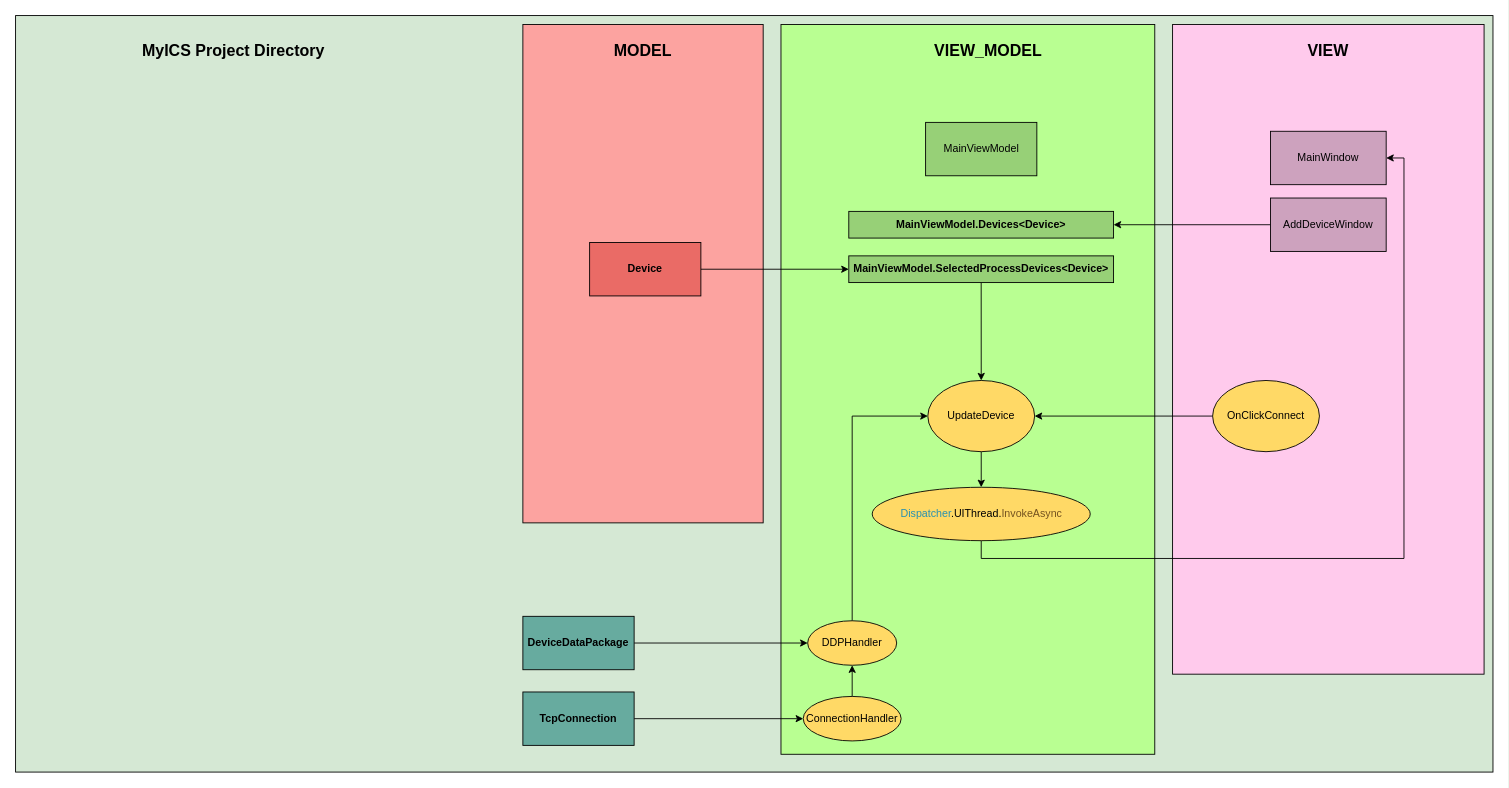
Earlier version of the draw.io diagram page "Logic MindMap" (8 of 8) of MyICSv2.1-LOGIC-GeneralSchema.drawio (reccejack/MyICS_2.1_Working). Source tidied: cells renumbered, new cells numbered last; positions are measured from the earlier drawing's top-left corner, leaving out a move shared by most shapes. Both pictures are drawn from the tidied source at 89%, with x=0, y=0 at pixel (15, 15).
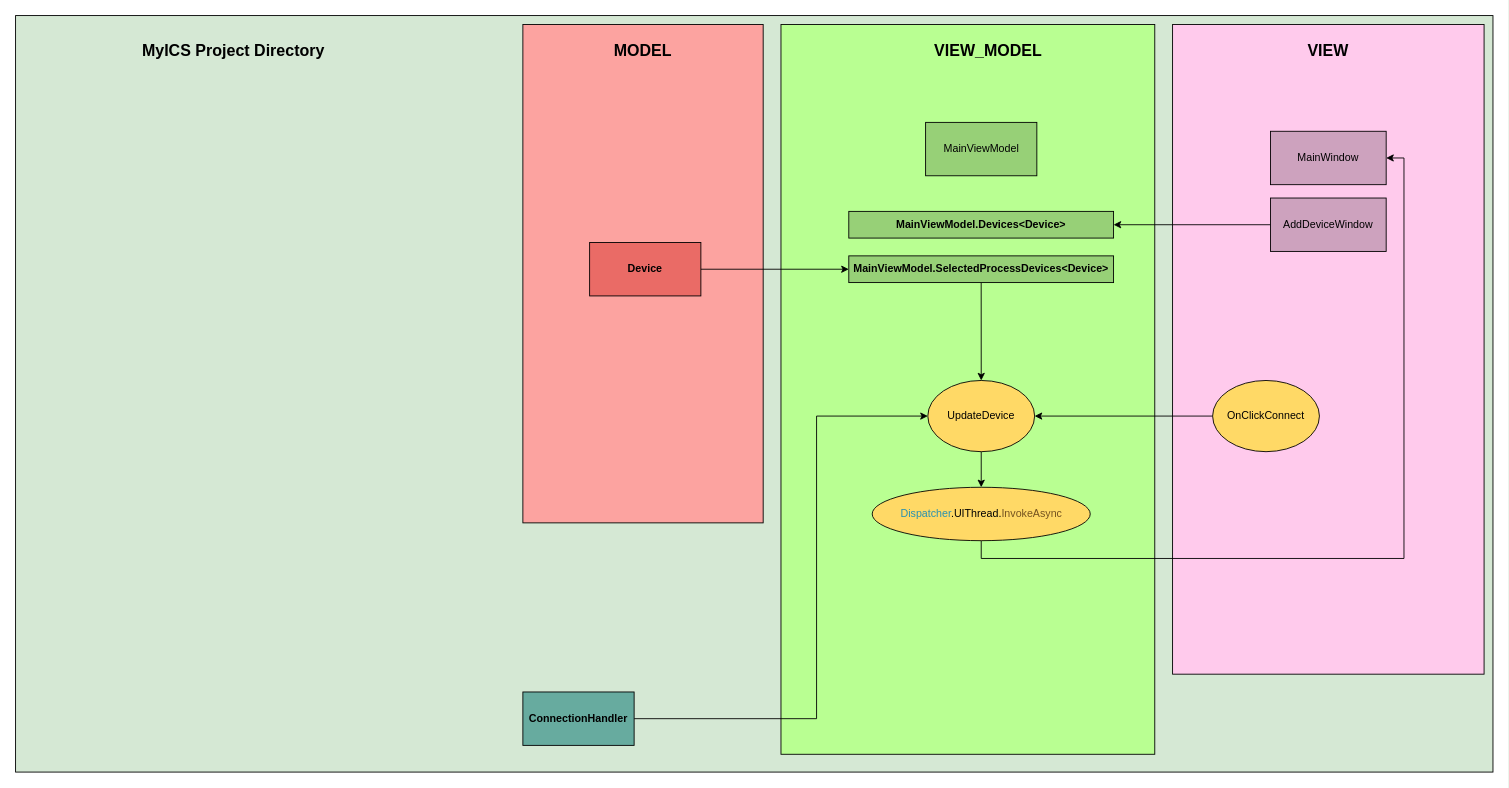
The same diagram, later.

Unchanged cells that the change refers to:
```xml
<mxCell id="12" value="UpdateDevice" style="ellipse;whiteSpace=wrap;html=1;fillColor=#FFD966;" parent="1" vertex="1">
  <mxGeometry x="1025" y="410" width="120" height="80" as="geometry" />
</mxCell>
```

The edit, as a diff of the source:
```diff
@@
-    <mxCell id="23" style="edgeStyle=orthogonalEdgeStyle;rounded=0;jettySize=auto;html=1;exitX=1;exitY=0.5;exitDx=0;exitDy=0;entryX=0;entryY=0.5;entryDx=0;entryDy=0;" parent="1" edge="1" source="24" target="30">
-      <mxGeometry relative="1" as="geometry" />
-    </mxCell>
+    <mxCell id="34" style="edgeStyle=orthogonalEdgeStyle;rounded=0;jettySize=auto;html=1;exitX=1;exitY=0.5;exitDx=0;exitDy=0;entryX=0;entryY=0.5;entryDx=0;entryDy=0;" parent="1" edge="1" source="24" target="12">
+      <mxGeometry relative="1" as="geometry">
+        <Array as="points">
+          <mxPoint x="900" y="790" />
+          <mxPoint x="900" y="450" />
+        </Array>
+      </mxGeometry>
+    </mxCell>
-    <mxCell id="24" value="&lt;b&gt;TcpConnection&lt;/b&gt;" style="rounded=0;whiteSpace=wrap;html=1;fillColor=#67AB9F;" parent="1" vertex="1">
+    <mxCell id="24" value="&lt;b&gt;ConnectionHandler&lt;/b&gt;" style="rounded=0;whiteSpace=wrap;html=1;fillColor=#67AB9F;" parent="1" vertex="1">
       <mxGeometry x="570" y="760" width="125" height="60" as="geometry" />
     </mxCell>
-    <mxCell id="25" style="edgeStyle=orthogonalEdgeStyle;rounded=0;jettySize=auto;html=1;exitX=1;exitY=0.5;exitDx=0;exitDy=0;" parent="1" edge="1" source="26" target="28">
-      <mxGeometry relative="1" as="geometry" />
-    </mxCell>
-    <mxCell id="26" value="&lt;b&gt;DeviceDataPackage&lt;/b&gt;" style="rounded=0;whiteSpace=wrap;html=1;fillColor=#67AB9F;" parent="1" vertex="1">
-      <mxGeometry x="570" y="675" width="125" height="60" as="geometry" />
-    </mxCell>
-    <mxCell id="27" style="edgeStyle=orthogonalEdgeStyle;rounded=0;jettySize=auto;html=1;exitX=0.5;exitY=0;exitDx=0;exitDy=0;entryX=0;entryY=0.5;entryDx=0;entryDy=0;" parent="1" edge="1" source="28" target="12">
-      <mxGeometry relative="1" as="geometry" />
-    </mxCell>
-    <mxCell id="28" value="DDPHandler" style="ellipse;whiteSpace=wrap;html=1;fillColor=#FFD966;" parent="1" vertex="1">
-      <mxGeometry x="890" y="680" width="100" height="50" as="geometry" />
-    </mxCell>
-    <mxCell id="29" style="edgeStyle=orthogonalEdgeStyle;rounded=0;jettySize=auto;html=1;exitX=0.5;exitY=0;exitDx=0;exitDy=0;entryX=0.5;entryY=1;entryDx=0;entryDy=0;" parent="1" edge="1" source="30" target="28">
-      <mxGeometry relative="1" as="geometry" />
-    </mxCell>
-    <mxCell id="30" value="ConnectionHandler" style="ellipse;whiteSpace=wrap;html=1;fillColor=#FFD966;" parent="1" vertex="1">
-      <mxGeometry x="885" y="765" width="110" height="50" as="geometry" />
-    </mxCell>
```
